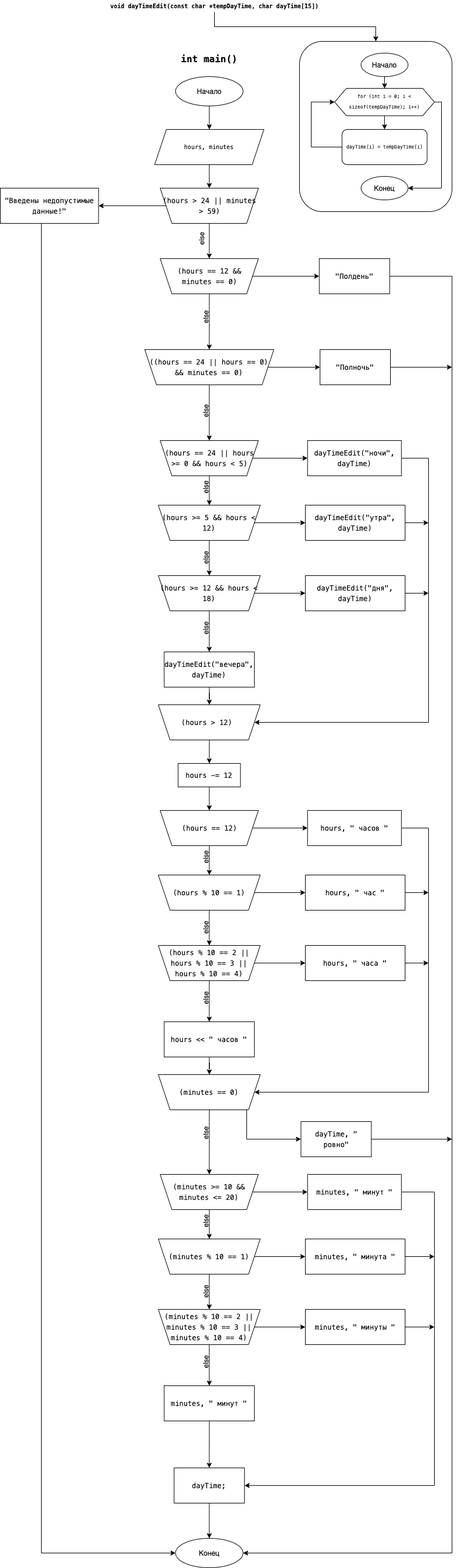
This is Схема/lab2.png from qqq-Homeworks/lab-2-OP, a draw.io export, as it was before one commit. Source tidied: cells renumbered, new cells last; positions are measured from the earlier drawing's top-left corner, leaving out a move shared by most shapes.
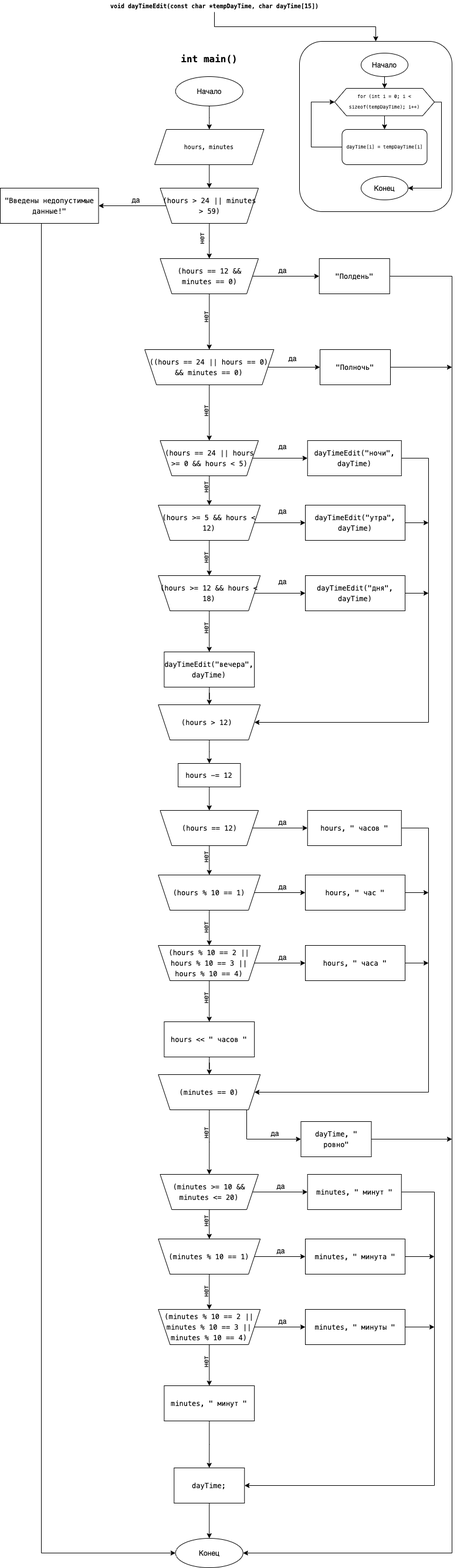
After the commit.

What changed in the source:
```diff
@@ -81,4 +81,4 @@
     </mxCell>
-    <mxCell id="23" value="&lt;div&gt;else&lt;/div&gt;" style="text;html=1;align=center;verticalAlign=middle;rotation=-90;" parent="1" vertex="1">
-      <mxGeometry x="322.5" y="397" width="40" height="20" as="geometry" />
+    <mxCell id="23" value="&lt;div&gt;нет&lt;/div&gt;" style="text;html=1;align=center;verticalAlign=middle;rotation=-90;" parent="1" vertex="1">
+      <mxGeometry x="327.5" y="397" width="30" height="20" as="geometry" />
     </mxCell>
@@ -110,3 +110,3 @@
     </mxCell>
-    <mxCell id="31" value="&lt;div&gt;else&lt;/div&gt;" style="text;html=1;align=center;verticalAlign=middle;rotation=-90;" parent="1" vertex="1">
+    <mxCell id="31" value="&lt;div&gt;нет&lt;/div&gt;" style="text;html=1;align=center;verticalAlign=middle;rotation=-90;" parent="1" vertex="1">
       <mxGeometry x="330" y="530" width="40" height="20" as="geometry" />
@@ -124,3 +124,3 @@
     </mxCell>
-    <mxCell id="35" value="&lt;div&gt;else&lt;/div&gt;" style="text;html=1;align=center;verticalAlign=middle;rotation=-90;" parent="1" vertex="1">
+    <mxCell id="35" value="&lt;div&gt;нет&lt;/div&gt;" style="text;html=1;align=center;verticalAlign=middle;rotation=-90;" parent="1" vertex="1">
       <mxGeometry x="330" y="690" width="40" height="20" as="geometry" />
@@ -159,3 +159,3 @@
     </mxCell>
-    <mxCell id="45" value="&lt;div&gt;else&lt;/div&gt;" style="text;html=1;align=center;verticalAlign=middle;rotation=-90;" parent="1" vertex="1">
+    <mxCell id="45" value="&lt;div&gt;нет&lt;/div&gt;" style="text;html=1;align=center;verticalAlign=middle;rotation=-90;" parent="1" vertex="1">
       <mxGeometry x="330" y="820" width="40" height="20" as="geometry" />
@@ -179,3 +179,3 @@
     </mxCell>
-    <mxCell id="51" value="&lt;div&gt;else&lt;/div&gt;" style="text;html=1;align=center;verticalAlign=middle;rotation=-90;" parent="1" vertex="1">
+    <mxCell id="51" value="&lt;div&gt;нет&lt;/div&gt;" style="text;html=1;align=center;verticalAlign=middle;rotation=-90;" parent="1" vertex="1">
       <mxGeometry x="330" y="940" width="40" height="20" as="geometry" />
@@ -196,3 +196,3 @@
     </mxCell>
-    <mxCell id="56" value="&lt;div&gt;else&lt;/div&gt;" style="text;html=1;align=center;verticalAlign=middle;rotation=-90;" parent="1" vertex="1">
+    <mxCell id="56" value="&lt;div&gt;нет&lt;/div&gt;" style="text;html=1;align=center;verticalAlign=middle;rotation=-90;" parent="1" vertex="1">
       <mxGeometry x="330" y="1060" width="40" height="20" as="geometry" />
@@ -240,3 +240,3 @@
     </mxCell>
-    <mxCell id="69" value="&lt;div&gt;else&lt;/div&gt;" style="text;html=1;align=center;verticalAlign=middle;rotation=-90;" parent="1" vertex="1">
+    <mxCell id="69" value="&lt;div&gt;нет&lt;/div&gt;" style="text;html=1;align=center;verticalAlign=middle;rotation=-90;" parent="1" vertex="1">
       <mxGeometry x="330" y="1450" width="40" height="20" as="geometry" />
@@ -260,3 +260,3 @@
     </mxCell>
-    <mxCell id="75" value="&lt;div&gt;else&lt;/div&gt;" style="text;html=1;align=center;verticalAlign=middle;rotation=-90;" parent="1" vertex="1">
+    <mxCell id="75" value="&lt;div&gt;нет&lt;/div&gt;" style="text;html=1;align=center;verticalAlign=middle;rotation=-90;" parent="1" vertex="1">
       <mxGeometry x="330" y="1570" width="40" height="20" as="geometry" />
@@ -277,3 +277,3 @@
     </mxCell>
-    <mxCell id="80" value="&lt;div&gt;else&lt;/div&gt;" style="text;html=1;align=center;verticalAlign=middle;rotation=-90;" parent="1" vertex="1">
+    <mxCell id="80" value="&lt;div&gt;нет&lt;/div&gt;" style="text;html=1;align=center;verticalAlign=middle;rotation=-90;" parent="1" vertex="1">
       <mxGeometry x="330" y="1690" width="40" height="20" as="geometry" />
@@ -301,3 +301,3 @@
     </mxCell>
-    <mxCell id="86" value="&lt;div&gt;else&lt;/div&gt;" style="text;html=1;align=center;verticalAlign=middle;rotation=-90;" parent="1" vertex="1">
+    <mxCell id="86" value="&lt;div&gt;нет&lt;/div&gt;" style="text;html=1;align=center;verticalAlign=middle;rotation=-90;" parent="1" vertex="1">
       <mxGeometry x="330" y="1920" width="40" height="20" as="geometry" />
@@ -333,3 +333,3 @@
     </mxCell>
-    <mxCell id="95" value="&lt;div&gt;else&lt;/div&gt;" style="text;html=1;align=center;verticalAlign=middle;rotation=-90;" parent="1" vertex="1">
+    <mxCell id="95" value="&lt;div&gt;нет&lt;/div&gt;" style="text;html=1;align=center;verticalAlign=middle;rotation=-90;" parent="1" vertex="1">
       <mxGeometry x="330" y="2070" width="40" height="20" as="geometry" />
@@ -353,3 +353,3 @@
     </mxCell>
-    <mxCell id="101" value="&lt;div&gt;else&lt;/div&gt;" style="text;html=1;align=center;verticalAlign=middle;rotation=-90;" parent="1" vertex="1">
+    <mxCell id="101" value="&lt;div&gt;нет&lt;/div&gt;" style="text;html=1;align=center;verticalAlign=middle;rotation=-90;" parent="1" vertex="1">
       <mxGeometry x="330" y="2190" width="40" height="20" as="geometry" />
@@ -370,3 +370,3 @@
     </mxCell>
-    <mxCell id="106" value="&lt;div&gt;else&lt;/div&gt;" style="text;html=1;align=center;verticalAlign=middle;rotation=-90;" parent="1" vertex="1">
+    <mxCell id="106" value="&lt;div&gt;нет&lt;/div&gt;" style="text;html=1;align=center;verticalAlign=middle;rotation=-90;" parent="1" vertex="1">
       <mxGeometry x="330" y="2310" width="40" height="20" as="geometry" />
@@ -379,2 +379,41 @@
     </mxCell>
+    <mxCell id="109" value="да" style="text;html=1;align=center;verticalAlign=middle;strokeColor=none;fillColor=none;" parent="1" vertex="1">
+      <mxGeometry x="466.2" y="450" width="30" height="20" as="geometry" />
+    </mxCell>
+    <mxCell id="110" value="да" style="text;html=1;align=center;verticalAlign=middle;strokeColor=none;fillColor=none;" parent="1" vertex="1">
+      <mxGeometry x="482.5" y="600" width="30" height="20" as="geometry" />
+    </mxCell>
+    <mxCell id="111" value="да" style="text;html=1;align=center;verticalAlign=middle;strokeColor=none;fillColor=none;" parent="1" vertex="1">
+      <mxGeometry x="466.2" y="750" width="30" height="20" as="geometry" />
+    </mxCell>
+    <mxCell id="112" value="да" style="text;html=1;align=center;verticalAlign=middle;strokeColor=none;fillColor=none;" parent="1" vertex="1">
+      <mxGeometry x="466.2" y="860" width="30" height="20" as="geometry" />
+    </mxCell>
+    <mxCell id="113" value="да" style="text;html=1;align=center;verticalAlign=middle;strokeColor=none;fillColor=none;" parent="1" vertex="1">
+      <mxGeometry x="466.2" y="980" width="30" height="20" as="geometry" />
+    </mxCell>
+    <mxCell id="114" value="да" style="text;html=1;align=center;verticalAlign=middle;strokeColor=none;fillColor=none;" parent="1" vertex="1">
+      <mxGeometry x="466.2" y="1390" width="30" height="20" as="geometry" />
+    </mxCell>
+    <mxCell id="115" value="да" style="text;html=1;align=center;verticalAlign=middle;strokeColor=none;fillColor=none;" parent="1" vertex="1">
+      <mxGeometry x="466.2" y="1500" width="30" height="20" as="geometry" />
+    </mxCell>
+    <mxCell id="116" value="да" style="text;html=1;align=center;verticalAlign=middle;strokeColor=none;fillColor=none;" parent="1" vertex="1">
+      <mxGeometry x="466.2" y="1620" width="30" height="20" as="geometry" />
+    </mxCell>
+    <mxCell id="117" value="да" style="text;html=1;align=center;verticalAlign=middle;strokeColor=none;fillColor=none;" parent="1" vertex="1">
+      <mxGeometry x="452.5" y="1920" width="30" height="20" as="geometry" />
+    </mxCell>
+    <mxCell id="118" value="да" style="text;html=1;align=center;verticalAlign=middle;strokeColor=none;fillColor=none;" parent="1" vertex="1">
+      <mxGeometry x="462.5" y="2010" width="30" height="20" as="geometry" />
+    </mxCell>
+    <mxCell id="119" value="да" style="text;html=1;align=center;verticalAlign=middle;strokeColor=none;fillColor=none;" parent="1" vertex="1">
+      <mxGeometry x="462.5" y="2120" width="30" height="20" as="geometry" />
+    </mxCell>
+    <mxCell id="120" value="да" style="text;html=1;align=center;verticalAlign=middle;strokeColor=none;fillColor=none;" parent="1" vertex="1">
+      <mxGeometry x="466.2" y="2240" width="30" height="20" as="geometry" />
+    </mxCell>
+    <mxCell id="121" value="да" style="text;html=1;align=center;verticalAlign=middle;strokeColor=none;fillColor=none;" parent="1" vertex="1">
+      <mxGeometry x="216.2" y="330" width="30" height="20" as="geometry" />
+    </mxCell>
   </root>
```
